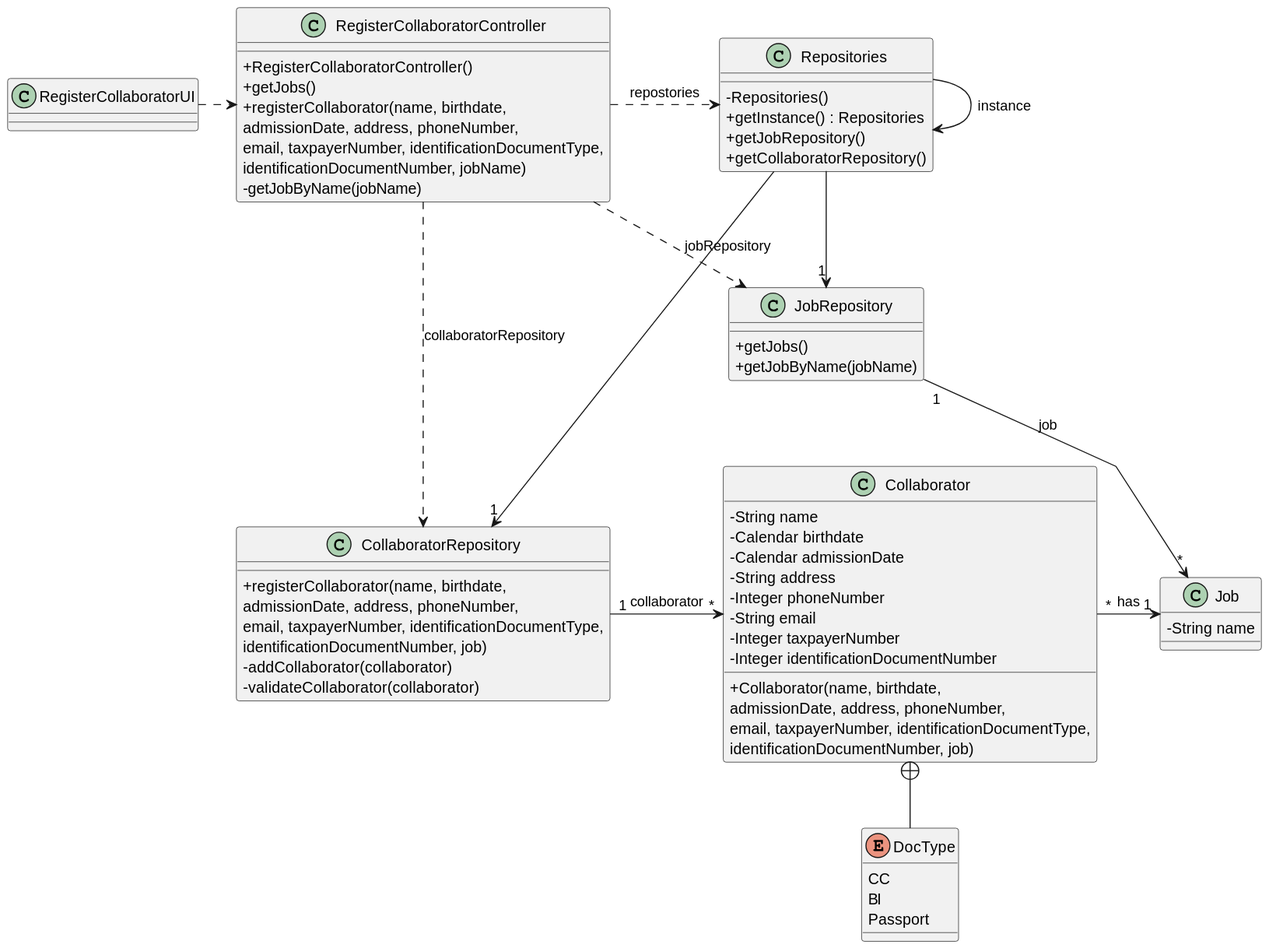
Departamento-de-Engenharia-Informatica/lei-24-s2-1dm-g132 keeps this PlantUML diagram as docs/sprintB/us003/03.design/svg/us003-class-diagram.svg. Above is the earlier version.
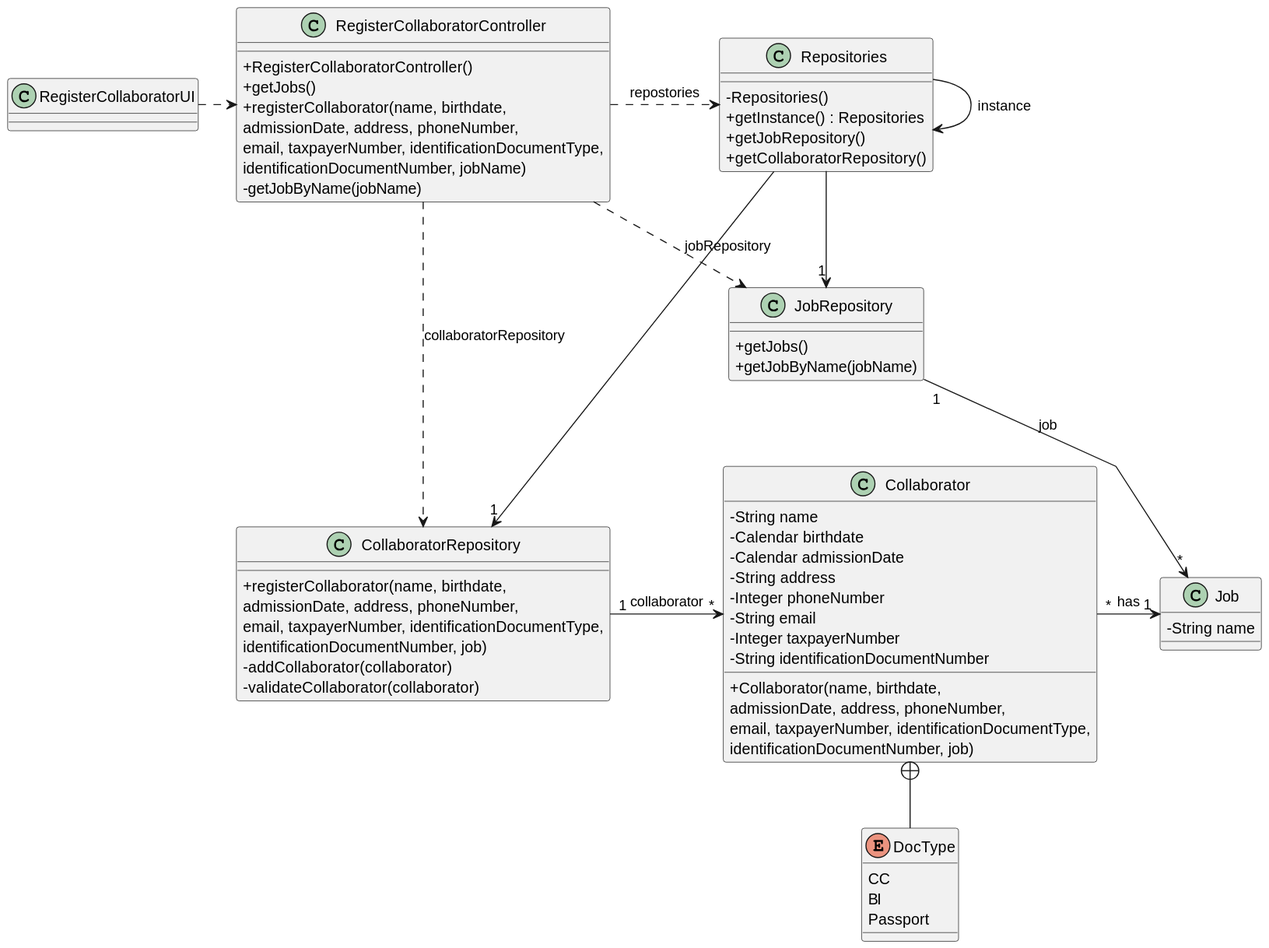
After the change.

Commit message:
General change of identificationDocumentNumber from integer to String

The edit, as a diff of the source:
```diff
@@ -49,7 +49,7 @@
     - Integer phoneNumber
     - String email
     - Integer taxpayerNumber
-    - Integer identificationDocumentNumber
+    - String identificationDocumentNumber
     + Collaborator(name, birthdate,\nadmissionDate, address, phoneNumber,\nemail, taxpayerNumber, identificationDocumentType,\nidentificationDocumentNumber, job)
 }
 
```
